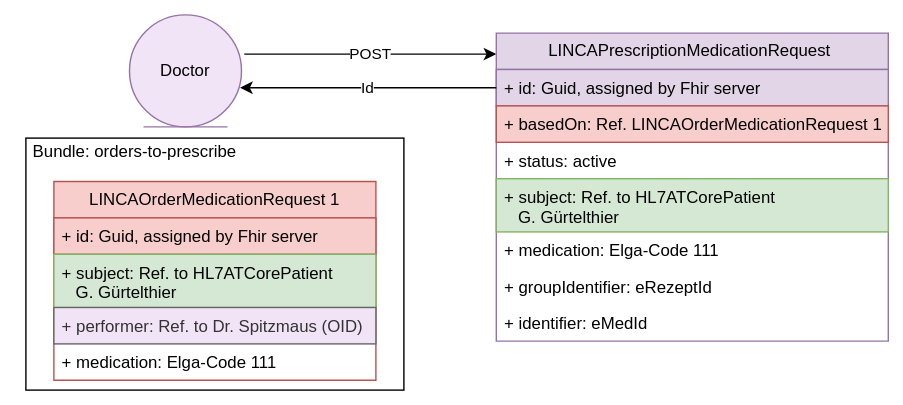
The draw.io diagram r5-LinkedCare-dev/UserStory_010_diagram.svg in HL7Austria/hl7austria.github.io, before a commit. Source tidied: cells renumbered, new cells last; positions are measured from the earlier drawing's top-left corner, leaving out a move shared by most shapes.
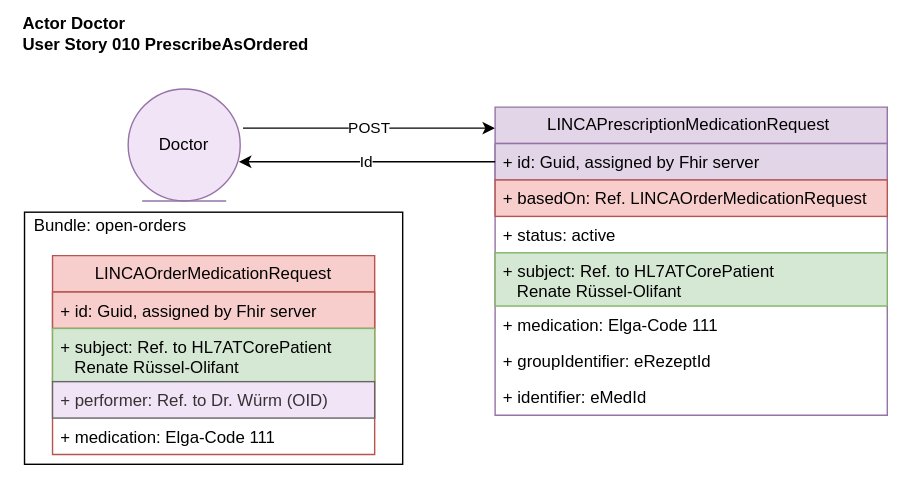
Above is the later version.

The edit, as a diff of the source:
```diff
@@ -5,6 +5,9 @@
     <mxCell id="2" style="rounded=0;whiteSpace=wrap;html=1;" parent="1" vertex="1">
       <mxGeometry x="8" y="88" width="270" height="180" as="geometry" />
     </mxCell>
+    <mxCell id="20" value="Actor Doctor&lt;br&gt;User Story 010 PrescribeAsOrdered" style="text;align=left;fontStyle=1;verticalAlign=middle;spacingLeft=3;spacingRight=3;strokeColor=none;html=1;" parent="1" vertex="1">
+      <mxGeometry x="2" y="-52" width="240" height="26" as="geometry" />
+    </mxCell>
     <mxCell id="3" value="POST" style="endArrow=classic;html=1;rounded=0;" parent="1" edge="1">
       <mxGeometry relative="1" as="geometry">
         <mxPoint x="164" y="28" as="sourcePoint" />
@@ -17,13 +20,13 @@
     <mxCell id="5" value="+ id: Guid, assigned by Fhir server" style="text;strokeColor=#9673a6;fillColor=#e1d5e7;align=left;verticalAlign=top;spacingLeft=4;spacingRight=4;overflow=hidden;points=[[0,0.5],[1,0.5]];portConstraint=eastwest;whiteSpace=wrap;html=1;" parent="4" vertex="1">
       <mxGeometry y="26" width="280" height="26" as="geometry" />
     </mxCell>
-    <mxCell id="6" value="+ basedOn: Ref. LINCAOrderMedicationRequest 1" style="text;strokeColor=#b85450;fillColor=#f8cecc;align=left;verticalAlign=top;spacingLeft=4;spacingRight=4;overflow=hidden;whiteSpace=wrap;html=1;" parent="4" vertex="1">
+    <mxCell id="6" value="+ basedOn: Ref. LINCAOrderMedicationRequest" style="text;strokeColor=#b85450;fillColor=#f8cecc;align=left;verticalAlign=top;spacingLeft=4;spacingRight=4;overflow=hidden;whiteSpace=wrap;html=1;" parent="4" vertex="1">
       <mxGeometry y="52" width="280" height="26" as="geometry" />
     </mxCell>
     <mxCell id="7" value="+ status: active" style="text;align=left;verticalAlign=top;spacingLeft=4;spacingRight=4;overflow=hidden;whiteSpace=wrap;html=1;" parent="4" vertex="1">
       <mxGeometry y="78" width="280" height="26" as="geometry" />
     </mxCell>
-    <mxCell id="8" value="+ subject: Ref. to HL7ATCorePatient&amp;nbsp; &lt;br&gt;&amp;nbsp; &amp;nbsp;G. Gürtelthier" style="text;strokeColor=#82b366;fillColor=#d5e8d4;align=left;verticalAlign=top;spacingLeft=4;spacingRight=4;overflow=hidden;whiteSpace=wrap;html=1;" parent="4" vertex="1">
+    <mxCell id="8" value="+ subject: Ref. to HL7ATCorePatient&amp;nbsp; &lt;br&gt;&amp;nbsp; &amp;nbsp;Renate Rüssel-Olifant" style="text;strokeColor=#82b366;fillColor=#d5e8d4;align=left;verticalAlign=top;spacingLeft=4;spacingRight=4;overflow=hidden;whiteSpace=wrap;html=1;" parent="4" vertex="1">
       <mxGeometry y="104" width="280" height="38" as="geometry" />
     </mxCell>
     <mxCell id="9" value="+ medication: Elga-Code 111" style="text;align=left;verticalAlign=top;spacingLeft=4;spacingRight=4;overflow=hidden;whiteSpace=wrap;html=1;" parent="4" vertex="1">
@@ -40,23 +43,23 @@
         <mxPoint x="161" y="52" as="targetPoint" />
       </mxGeometry>
     </mxCell>
-    <mxCell id="13" value="LINCAOrderMedicationRequest 1" style="swimlane;fontStyle=0;horizontal=1;startSize=26;fillColor=#f8cecc;whiteSpace=wrap;html=1;strokeColor=#b85450;" parent="1" vertex="1">
+    <mxCell id="13" value="LINCAOrderMedicationRequest" style="swimlane;fontStyle=0;horizontal=1;startSize=26;fillColor=#f8cecc;whiteSpace=wrap;html=1;strokeColor=#b85450;" parent="1" vertex="1">
       <mxGeometry x="28" y="119" width="230" height="142" as="geometry" />
     </mxCell>
     <mxCell id="14" value="+ id: Guid, assigned by Fhir server" style="text;strokeColor=#b85450;fillColor=#f8cecc;align=left;verticalAlign=top;spacingLeft=4;spacingRight=4;overflow=hidden;whiteSpace=wrap;html=1;" parent="13" vertex="1">
       <mxGeometry y="26" width="230" height="26" as="geometry" />
     </mxCell>
-    <mxCell id="15" value="+ subject: Ref. to HL7ATCorePatient&amp;nbsp; &lt;br&gt;&amp;nbsp; &amp;nbsp;G. Gürtelthier" style="text;strokeColor=#82b366;fillColor=#d5e8d4;align=left;verticalAlign=top;spacingLeft=4;spacingRight=4;overflow=hidden;whiteSpace=wrap;html=1;" parent="13" vertex="1">
+    <mxCell id="15" value="+ subject: Ref. to HL7ATCorePatient&amp;nbsp; &lt;br&gt;&amp;nbsp; &amp;nbsp;Renate Rüssel-Olifant" style="text;strokeColor=#82b366;fillColor=#d5e8d4;align=left;verticalAlign=top;spacingLeft=4;spacingRight=4;overflow=hidden;whiteSpace=wrap;html=1;" parent="13" vertex="1">
       <mxGeometry y="52" width="230" height="38" as="geometry" />
     </mxCell>
-    <mxCell id="16" value="+ performer: Ref. to Dr. Spitzmaus (OID)" style="text;strokeColor=#666666;fillColor=#F1E4F7;align=left;verticalAlign=top;spacingLeft=4;spacingRight=4;overflow=hidden;whiteSpace=wrap;html=1;fontColor=#333333;" parent="13" vertex="1">
+    <mxCell id="16" value="+ performer: Ref. to Dr. Würm (OID)" style="text;strokeColor=#666666;fillColor=#F1E4F7;align=left;verticalAlign=top;spacingLeft=4;spacingRight=4;overflow=hidden;whiteSpace=wrap;html=1;fontColor=#333333;" parent="13" vertex="1">
       <mxGeometry y="90" width="230" height="26" as="geometry" />
     </mxCell>
     <mxCell id="17" value="+ medication: Elga-Code 111" style="text;align=left;verticalAlign=top;spacingLeft=4;spacingRight=4;overflow=hidden;whiteSpace=wrap;html=1;" parent="13" vertex="1">
       <mxGeometry y="116" width="230" height="26" as="geometry" />
     </mxCell>
-    <mxCell id="18" value="Bundle: orders-to-prescribe" style="text;html=1;strokeColor=none;fillColor=none;align=center;verticalAlign=middle;whiteSpace=wrap;rounded=0;" parent="1" vertex="1">
-      <mxGeometry y="83" width="172" height="30" as="geometry" />
+    <mxCell id="18" value="Bundle: open-orders" style="text;html=1;strokeColor=none;fillColor=none;align=center;verticalAlign=middle;whiteSpace=wrap;rounded=0;" parent="1" vertex="1">
+      <mxGeometry x="1" y="83" width="137" height="30" as="geometry" />
     </mxCell>
     <mxCell id="19" value="Doctor" style="ellipse;shape=umlEntity;whiteSpace=wrap;html=1;fillColor=#F1E4F7;strokeColor=#9673a6;" parent="1" vertex="1">
       <mxGeometry x="82" width="80" height="80" as="geometry" />
```
